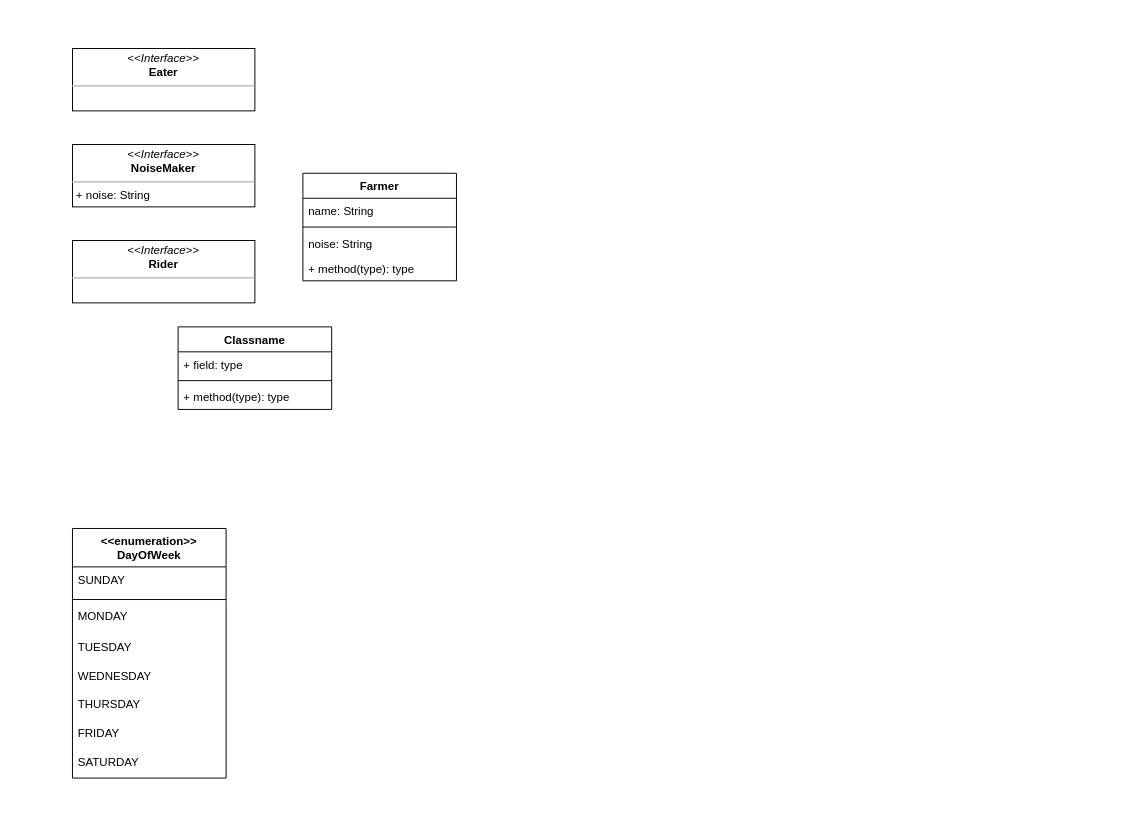
Before: page "Farm" (2 of 2) of Untitled Diagram.drawio in samghebre/TDD-Sci-Calculator, a draw.io diagram. Source tidied: cells renumbered, new cells numbered last; positions are measured from the earlier drawing's top-left corner, leaving out a move shared by most shapes. Both pictures are drawn from the tidied source at 96%, with x=0, y=0 at pixel (72, 48).
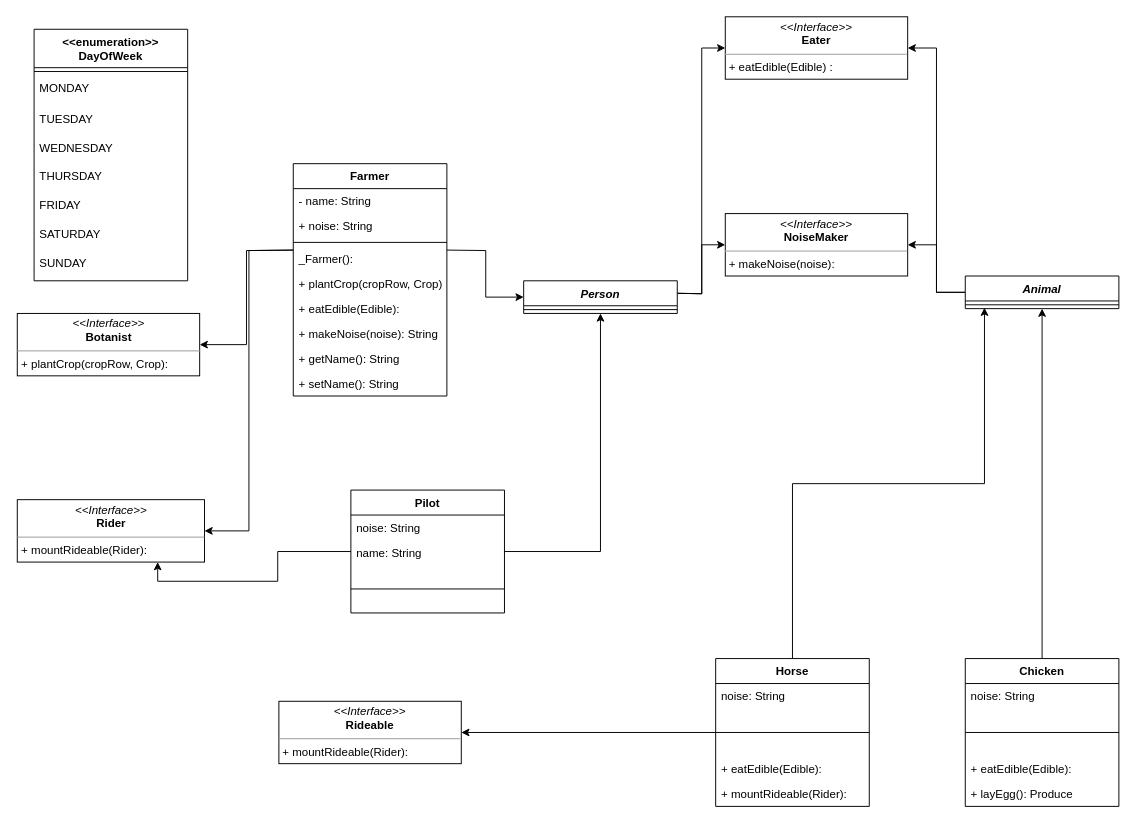
After the change.

Change to the diagram source:
```diff
@@
     <mxCell id="2" value="&lt;&lt;enumeration&gt;&gt;&#10;DayOfWeek" style="swimlane;fontStyle=1;align=center;verticalAlign=top;horizontal=1;startSize=40;" parent="1" vertex="1">
-      <mxGeometry y="500" width="160" height="260" as="geometry" />
+      <mxGeometry x="-40" y="-20" width="160" height="262" as="geometry" />
     </mxCell>
-    <mxCell id="3" value="SUNDAY" style="text;strokeColor=none;fillColor=none;align=left;verticalAlign=top;spacingLeft=4;spacingRight=4;overflow=hidden;" parent="2" vertex="1">
-      <mxGeometry y="40" width="160" height="30" as="geometry" />
-    </mxCell>
     <mxCell id="4" style="line;strokeWidth=1;fillColor=none;align=left;verticalAlign=middle;spacingTop=-1;spacingLeft=3;spacingRight=3;labelPosition=right;" parent="2" vertex="1">
-      <mxGeometry y="70" width="160" height="8" as="geometry" />
+      <mxGeometry y="40" width="160" height="8" as="geometry" />
     </mxCell>
     <mxCell id="5" value="MONDAY" style="text;strokeColor=none;fillColor=none;align=left;verticalAlign=top;spacingLeft=4;spacingRight=4;overflow=hidden;" parent="2" vertex="1">
-      <mxGeometry y="78" width="160" height="32" as="geometry" />
+      <mxGeometry y="48" width="160" height="32" as="geometry" />
     </mxCell>
     <mxCell id="6" value="TUESDAY" style="text;strokeColor=none;fillColor=none;align=left;verticalAlign=top;spacingLeft=4;spacingRight=4;overflow=hidden;" parent="2" vertex="1">
-      <mxGeometry y="110" width="160" height="30" as="geometry" />
+      <mxGeometry y="80" width="160" height="30" as="geometry" />
     </mxCell>
     <mxCell id="7" value="WEDNESDAY" style="text;strokeColor=none;fillColor=none;align=left;verticalAlign=top;spacingLeft=4;spacingRight=4;overflow=hidden;" parent="2" vertex="1">
-      <mxGeometry y="140" width="160" height="30" as="geometry" />
+      <mxGeometry y="110" width="160" height="30" as="geometry" />
     </mxCell>
     <mxCell id="8" value="THURSDAY" style="text;strokeColor=none;fillColor=none;align=left;verticalAlign=top;spacingLeft=4;spacingRight=4;overflow=hidden;" parent="2" vertex="1">
-      <mxGeometry y="170" width="160" height="30" as="geometry" />
+      <mxGeometry y="140" width="160" height="30" as="geometry" />
     </mxCell>
     <mxCell id="9" value="FRIDAY" style="text;strokeColor=none;fillColor=none;align=left;verticalAlign=top;spacingLeft=4;spacingRight=4;overflow=hidden;" parent="2" vertex="1">
-      <mxGeometry y="200" width="160" height="30" as="geometry" />
+      <mxGeometry y="170" width="160" height="30" as="geometry" />
     </mxCell>
     <mxCell id="10" value="SATURDAY" style="text;strokeColor=none;fillColor=none;align=left;verticalAlign=top;spacingLeft=4;spacingRight=4;overflow=hidden;" parent="2" vertex="1">
-      <mxGeometry y="230" width="160" height="30" as="geometry" />
+      <mxGeometry y="200" width="160" height="30" as="geometry" />
     </mxCell>
+    <mxCell id="3" value="SUNDAY" style="text;strokeColor=none;fillColor=none;align=left;verticalAlign=top;spacingLeft=4;spacingRight=4;overflow=hidden;" parent="2" vertex="1">
+      <mxGeometry y="230" width="160" height="32" as="geometry" />
+    </mxCell>
-    <mxCell id="11" value="&lt;p style=&quot;margin: 0px ; margin-top: 4px ; text-align: center&quot;&gt;&lt;i&gt;&amp;lt;&amp;lt;Interface&amp;gt;&amp;gt;&lt;/i&gt;&lt;br&gt;&lt;b&gt;NoiseMaker&lt;/b&gt;&lt;/p&gt;&lt;hr size=&quot;1&quot;&gt;&lt;p style=&quot;margin: 0px ; margin-left: 4px&quot;&gt;+ noise: String&lt;br&gt;&lt;/p&gt;&lt;p style=&quot;margin: 0px ; margin-left: 4px&quot;&gt;&lt;br&gt;&lt;/p&gt;" style="verticalAlign=top;align=left;overflow=fill;fontSize=12;fontFamily=Helvetica;html=1;" parent="1" vertex="1">
-      <mxGeometry y="100" width="190" height="65" as="geometry" />
+    <mxCell id="11" value="&lt;p style=&quot;margin: 0px ; margin-top: 4px ; text-align: center&quot;&gt;&lt;i&gt;&amp;lt;&amp;lt;Interface&amp;gt;&amp;gt;&lt;/i&gt;&lt;br&gt;&lt;b&gt;NoiseMaker&lt;/b&gt;&lt;/p&gt;&lt;hr size=&quot;1&quot;&gt;&lt;p style=&quot;margin: 0px ; margin-left: 4px&quot;&gt;+ makeNoise(noise):&amp;nbsp;&lt;/p&gt;" style="verticalAlign=top;align=left;overflow=fill;fontSize=12;fontFamily=Helvetica;html=1;" parent="1" vertex="1">
+      <mxGeometry x="680" y="172" width="190" height="65" as="geometry" />
     </mxCell>
-    <mxCell id="12" value="&lt;p style=&quot;margin: 0px ; margin-top: 4px ; text-align: center&quot;&gt;&lt;i&gt;&amp;lt;&amp;lt;Interface&amp;gt;&amp;gt;&lt;/i&gt;&lt;br&gt;&lt;b&gt;Eater&lt;/b&gt;&lt;/p&gt;&lt;hr size=&quot;1&quot;&gt;&lt;p style=&quot;margin: 0px ; margin-left: 4px&quot;&gt;&lt;br&gt;&lt;/p&gt;&lt;p style=&quot;margin: 0px ; margin-left: 4px&quot;&gt;&lt;br&gt;&lt;/p&gt;" style="verticalAlign=top;align=left;overflow=fill;fontSize=12;fontFamily=Helvetica;html=1;" parent="1" vertex="1">
-      <mxGeometry width="190" height="65" as="geometry" />
+    <mxCell id="12" value="&lt;p style=&quot;margin: 0px ; margin-top: 4px ; text-align: center&quot;&gt;&lt;i&gt;&amp;lt;&amp;lt;Interface&amp;gt;&amp;gt;&lt;/i&gt;&lt;br&gt;&lt;b&gt;Eater&lt;/b&gt;&lt;/p&gt;&lt;hr size=&quot;1&quot;&gt;&lt;p style=&quot;margin: 0px ; margin-left: 4px&quot;&gt;+ eatEdible(Edible) :&amp;nbsp;&lt;/p&gt;&lt;p style=&quot;margin: 0px ; margin-left: 4px&quot;&gt;&lt;br&gt;&lt;/p&gt;" style="verticalAlign=top;align=left;overflow=fill;fontSize=12;fontFamily=Helvetica;html=1;" parent="1" vertex="1">
+      <mxGeometry x="680" y="-33" width="190" height="65" as="geometry" />
     </mxCell>
-    <mxCell id="13" value="&lt;p style=&quot;margin: 0px ; margin-top: 4px ; text-align: center&quot;&gt;&lt;i&gt;&amp;lt;&amp;lt;Interface&amp;gt;&amp;gt;&lt;/i&gt;&lt;br&gt;&lt;b&gt;Rider&lt;/b&gt;&lt;/p&gt;&lt;hr size=&quot;1&quot;&gt;&lt;p style=&quot;margin: 0px ; margin-left: 4px&quot;&gt;&lt;br&gt;&lt;/p&gt;&lt;p style=&quot;margin: 0px ; margin-left: 4px&quot;&gt;&lt;br&gt;&lt;/p&gt;" style="verticalAlign=top;align=left;overflow=fill;fontSize=12;fontFamily=Helvetica;html=1;" parent="1" vertex="1">
-      <mxGeometry y="200" width="190" height="65" as="geometry" />
+    <mxCell id="13" value="&lt;p style=&quot;margin: 0px ; margin-top: 4px ; text-align: center&quot;&gt;&lt;i&gt;&amp;lt;&amp;lt;Interface&amp;gt;&amp;gt;&lt;/i&gt;&lt;br&gt;&lt;b&gt;Rider&lt;/b&gt;&lt;/p&gt;&lt;hr size=&quot;1&quot;&gt;&lt;p style=&quot;margin: 0px ; margin-left: 4px&quot;&gt;+ mountRideable(Rider):&amp;nbsp;&lt;/p&gt;&lt;p style=&quot;margin: 0px ; margin-left: 4px&quot;&gt;&lt;br&gt;&lt;/p&gt;" style="verticalAlign=top;align=left;overflow=fill;fontSize=12;fontFamily=Helvetica;html=1;" parent="1" vertex="1">
+      <mxGeometry x="-57.5" y="470" width="195" height="65" as="geometry" />
     </mxCell>
+    <mxCell id="23" style="edgeStyle=orthogonalEdgeStyle;rounded=0;jettySize=auto;html=1;entryX=1;entryY=0.5;entryDx=0;entryDy=0;" parent="1" edge="1" target="13">
+      <mxGeometry relative="1" as="geometry">
+        <mxPoint x="230" y="210" as="sourcePoint" />
+      </mxGeometry>
+    </mxCell>
+    <mxCell id="24" style="edgeStyle=orthogonalEdgeStyle;rounded=0;jettySize=auto;html=1;entryX=1;entryY=0.5;entryDx=0;entryDy=0;" parent="1" edge="1" target="28">
+      <mxGeometry relative="1" as="geometry">
+        <mxPoint x="230" y="210" as="sourcePoint" />
+      </mxGeometry>
+    </mxCell>
+    <mxCell id="25" style="edgeStyle=orthogonalEdgeStyle;rounded=0;jettySize=auto;html=1;entryX=0;entryY=0.5;entryDx=0;entryDy=0;" parent="1" edge="1" target="19">
+      <mxGeometry relative="1" as="geometry">
+        <mxPoint x="390" y="210" as="sourcePoint" />
+      </mxGeometry>
+    </mxCell>
+    <mxCell id="26" style="edgeStyle=orthogonalEdgeStyle;rounded=0;jettySize=auto;html=1;entryX=0;entryY=0.5;entryDx=0;entryDy=0;" parent="1" edge="1" target="12">
+      <mxGeometry relative="1" as="geometry">
+        <mxPoint x="630" y="255" as="sourcePoint" />
+      </mxGeometry>
+    </mxCell>
+    <mxCell id="27" style="edgeStyle=orthogonalEdgeStyle;rounded=0;jettySize=auto;html=1;entryX=0;entryY=0.5;entryDx=0;entryDy=0;" parent="1" edge="1" target="11">
+      <mxGeometry relative="1" as="geometry">
+        <mxPoint x="630" y="255" as="sourcePoint" />
+      </mxGeometry>
+    </mxCell>
+    <mxCell id="28" value="&lt;p style=&quot;margin: 0px ; margin-top: 4px ; text-align: center&quot;&gt;&lt;i&gt;&amp;lt;&amp;lt;Interface&amp;gt;&amp;gt;&lt;/i&gt;&lt;br&gt;&lt;b&gt;Botanist&lt;/b&gt;&lt;/p&gt;&lt;hr size=&quot;1&quot;&gt;&lt;p style=&quot;margin: 0px ; margin-left: 4px&quot;&gt;+ plantCrop(cropRow, Crop):&amp;nbsp;&lt;/p&gt;&lt;p style=&quot;margin: 0px ; margin-left: 4px&quot;&gt;&lt;br&gt;&lt;/p&gt;" style="verticalAlign=top;align=left;overflow=fill;fontSize=12;fontFamily=Helvetica;html=1;" parent="1" vertex="1">
+      <mxGeometry x="-57.5" y="276" width="190" height="65" as="geometry" />
+    </mxCell>
+    <mxCell id="29" style="edgeStyle=orthogonalEdgeStyle;rounded=0;jettySize=auto;html=1;entryX=0.75;entryY=1;entryDx=0;entryDy=0;" parent="1" edge="1" source="30" target="13">
+      <mxGeometry relative="1" as="geometry" />
+    </mxCell>
+    <mxCell id="30" value="Pilot" style="swimlane;fontStyle=1;align=center;verticalAlign=top;horizontal=1;startSize=26;" parent="1" vertex="1">
+      <mxGeometry x="290" y="460" width="160" height="128" as="geometry" />
+    </mxCell>
+    <mxCell id="31" value="noise: String" style="text;strokeColor=none;fillColor=none;align=left;verticalAlign=top;spacingLeft=4;spacingRight=4;overflow=hidden;" parent="30" vertex="1">
+      <mxGeometry y="26" width="160" height="26" as="geometry" />
+    </mxCell>
+    <mxCell id="32" value="name: String" style="text;strokeColor=none;fillColor=none;align=left;verticalAlign=top;spacingLeft=4;spacingRight=4;overflow=hidden;" parent="30" vertex="1">
+      <mxGeometry y="52" width="160" height="26" as="geometry" />
+    </mxCell>
+    <mxCell id="33" style="line;strokeWidth=1;fillColor=none;align=left;verticalAlign=middle;spacingTop=-1;spacingLeft=3;spacingRight=3;labelPosition=right;" parent="30" vertex="1">
+      <mxGeometry y="78" width="160" height="50" as="geometry" />
+    </mxCell>
+    <mxCell id="34" style="edgeStyle=orthogonalEdgeStyle;rounded=0;jettySize=auto;html=1;entryX=0.5;entryY=1;entryDx=0;entryDy=0;" parent="1" edge="1" source="35" target="42">
+      <mxGeometry relative="1" as="geometry" />
+    </mxCell>
+    <mxCell id="35" value="Chicken" style="swimlane;fontStyle=1;align=center;verticalAlign=top;horizontal=1;startSize=26;" parent="1" vertex="1">
+      <mxGeometry x="930" y="635.5" width="160" height="154" as="geometry" />
+    </mxCell>
+    <mxCell id="36" value="noise: String" style="text;strokeColor=none;fillColor=none;align=left;verticalAlign=top;spacingLeft=4;spacingRight=4;overflow=hidden;" parent="35" vertex="1">
+      <mxGeometry y="26" width="160" height="26" as="geometry" />
+    </mxCell>
+    <mxCell id="37" style="line;strokeWidth=1;fillColor=none;align=left;verticalAlign=middle;spacingTop=-1;spacingLeft=3;spacingRight=3;labelPosition=right;" parent="35" vertex="1">
+      <mxGeometry y="52" width="160" height="50" as="geometry" />
+    </mxCell>
+    <mxCell id="38" value="+ eatEdible(Edible): " style="text;strokeColor=none;fillColor=none;align=left;verticalAlign=top;spacingLeft=4;spacingRight=4;overflow=hidden;" parent="35" vertex="1">
+      <mxGeometry y="102" width="160" height="26" as="geometry" />
+    </mxCell>
+    <mxCell id="39" value="+ layEgg(): Produce" style="text;strokeColor=none;fillColor=none;align=left;verticalAlign=top;spacingLeft=4;spacingRight=4;overflow=hidden;" parent="35" vertex="1">
+      <mxGeometry y="128" width="160" height="26" as="geometry" />
+    </mxCell>
+    <mxCell id="40" style="edgeStyle=orthogonalEdgeStyle;rounded=0;jettySize=auto;html=1;entryX=1;entryY=0.5;entryDx=0;entryDy=0;" parent="1" edge="1" source="42" target="11">
+      <mxGeometry relative="1" as="geometry" />
+    </mxCell>
+    <mxCell id="41" style="edgeStyle=orthogonalEdgeStyle;rounded=0;jettySize=auto;html=1;entryX=1;entryY=0.5;entryDx=0;entryDy=0;" parent="1" edge="1" source="42" target="12">
+      <mxGeometry relative="1" as="geometry" />
+    </mxCell>
+    <mxCell id="42" value="Animal" style="swimlane;fontStyle=3;align=center;verticalAlign=top;horizontal=1;startSize=26;" parent="1" vertex="1">
+      <mxGeometry x="930" y="237" width="160" height="34" as="geometry" />
+    </mxCell>
+    <mxCell id="43" style="line;strokeWidth=1;fillColor=none;align=left;verticalAlign=middle;spacingTop=-1;spacingLeft=3;spacingRight=3;labelPosition=right;points=[];portConstraint=eastwest;" parent="42" vertex="1">
+      <mxGeometry y="26" width="160" height="8" as="geometry" />
+    </mxCell>
+    <mxCell id="19" value="Person" style="swimlane;fontStyle=3;align=center;verticalAlign=top;horizontal=1;startSize=26;" parent="1" vertex="1">
+      <mxGeometry x="470" y="242" width="160" height="34" as="geometry" />
+    </mxCell>
+    <mxCell id="21" style="line;strokeWidth=1;fillColor=none;align=left;verticalAlign=middle;spacingTop=-1;spacingLeft=3;spacingRight=3;labelPosition=right;" parent="19" vertex="1">
+      <mxGeometry y="26" width="160" height="8" as="geometry" />
+    </mxCell>
+    <mxCell id="44" style="edgeStyle=orthogonalEdgeStyle;rounded=0;jettySize=auto;html=1;" parent="1" edge="1" source="30" target="19">
+      <mxGeometry relative="1" as="geometry" />
+    </mxCell>
     <mxCell id="14" value="Farmer" style="swimlane;fontStyle=1;align=center;verticalAlign=top;horizontal=1;startSize=26;" parent="1" vertex="1">
-      <mxGeometry x="240" y="130" width="160" height="112" as="geometry" />
+      <mxGeometry x="230" y="120" width="160" height="242" as="geometry" />
     </mxCell>
-    <mxCell id="15" value="name: String" style="text;strokeColor=none;fillColor=none;align=left;verticalAlign=top;spacingLeft=4;spacingRight=4;overflow=hidden;" parent="14" vertex="1">
+    <mxCell id="15" value="- name: String" style="text;strokeColor=none;fillColor=none;align=left;verticalAlign=top;spacingLeft=4;spacingRight=4;overflow=hidden;" parent="14" vertex="1">
       <mxGeometry y="26" width="160" height="26" as="geometry" />
     </mxCell>
-    <mxCell id="16" style="line;strokeWidth=1;fillColor=none;align=left;verticalAlign=middle;spacingTop=-1;spacingLeft=3;spacingRight=3;labelPosition=right;" parent="14" vertex="1">
-      <mxGeometry y="52" width="160" height="8" as="geometry" />
-    </mxCell>
-    <mxCell id="17" value="noise: String" style="text;strokeColor=none;fillColor=none;align=left;verticalAlign=top;spacingLeft=4;spacingRight=4;overflow=hidden;" parent="14" vertex="1">
-      <mxGeometry y="60" width="160" height="26" as="geometry" />
-    </mxCell>
-    <mxCell id="18" value="+ method(type): type" style="text;strokeColor=none;fillColor=none;align=left;verticalAlign=top;spacingLeft=4;spacingRight=4;overflow=hidden;" parent="14" vertex="1">
-      <mxGeometry y="86" width="160" height="26" as="geometry" />
-    </mxCell>
-    <mxCell id="19" value="Classname" style="swimlane;fontStyle=1;align=center;verticalAlign=top;horizontal=1;startSize=26;" parent="1" vertex="1">
-      <mxGeometry x="110" y="290" width="160" height="86" as="geometry" />
-    </mxCell>
-    <mxCell id="20" value="+ field: type" style="text;strokeColor=none;fillColor=none;align=left;verticalAlign=top;spacingLeft=4;spacingRight=4;overflow=hidden;" parent="19" vertex="1">
-      <mxGeometry y="26" width="160" height="26" as="geometry" />
-    </mxCell>
-    <mxCell id="21" style="line;strokeWidth=1;fillColor=none;align=left;verticalAlign=middle;spacingTop=-1;spacingLeft=3;spacingRight=3;labelPosition=right;" parent="19" vertex="1">
-      <mxGeometry y="52" width="160" height="8" as="geometry" />
-    </mxCell>
-    <mxCell id="22" value="+ method(type): type" style="text;strokeColor=none;fillColor=none;align=left;verticalAlign=top;spacingLeft=4;spacingRight=4;overflow=hidden;" parent="19" vertex="1">
-      <mxGeometry y="60" width="160" height="26" as="geometry" />
-    </mxCell>
+    <mxCell id="45" value="+ noise: String" style="text;strokeColor=none;fillColor=none;align=left;verticalAlign=top;spacingLeft=4;spacingRight=4;overflow=hidden;" parent="14" vertex="1">
+      <mxGeometry y="52" width="160" height="26" as="geometry" />
+    </mxCell>
+    <mxCell id="46" style="line;strokeWidth=1;fillColor=none;align=left;verticalAlign=middle;spacingTop=-1;spacingLeft=3;spacingRight=3;labelPosition=right;" parent="14" vertex="1">
+      <mxGeometry y="78" width="160" height="8" as="geometry" />
+    </mxCell>
+    <mxCell id="47" value="_Farmer(): " style="text;strokeColor=none;fillColor=none;align=left;verticalAlign=top;spacingLeft=4;spacingRight=4;overflow=hidden;" parent="14" vertex="1">
+      <mxGeometry y="86" width="160" height="26" as="geometry" />
+    </mxCell>
+    <mxCell id="48" value="+ plantCrop(cropRow, Crop): " style="text;strokeColor=none;fillColor=none;align=left;verticalAlign=top;spacingLeft=4;spacingRight=4;overflow=hidden;" parent="14" vertex="1">
+      <mxGeometry y="112" width="160" height="26" as="geometry" />
+    </mxCell>
+    <mxCell id="49" value="+ eatEdible(Edible): " style="text;strokeColor=none;fillColor=none;align=left;verticalAlign=top;spacingLeft=4;spacingRight=4;overflow=hidden;" parent="14" vertex="1">
+      <mxGeometry y="138" width="160" height="26" as="geometry" />
+    </mxCell>
+    <mxCell id="50" value="+ makeNoise(noise): String" style="text;strokeColor=none;fillColor=none;align=left;verticalAlign=top;spacingLeft=4;spacingRight=4;overflow=hidden;" parent="14" vertex="1">
+      <mxGeometry y="164" width="160" height="26" as="geometry" />
+    </mxCell>
+    <mxCell id="51" value="+ getName(): String" style="text;strokeColor=none;fillColor=none;align=left;verticalAlign=top;spacingLeft=4;spacingRight=4;overflow=hidden;" parent="14" vertex="1">
+      <mxGeometry y="190" width="160" height="26" as="geometry" />
+    </mxCell>
+    <mxCell id="52" value="+ setName(): String" style="text;strokeColor=none;fillColor=none;align=left;verticalAlign=top;spacingLeft=4;spacingRight=4;overflow=hidden;" parent="14" vertex="1">
+      <mxGeometry y="216" width="160" height="26" as="geometry" />
+    </mxCell>
+    <mxCell id="53" style="edgeStyle=orthogonalEdgeStyle;rounded=0;jettySize=auto;html=1;entryX=1;entryY=0.5;entryDx=0;entryDy=0;" parent="1" edge="1" source="55" target="60">
+      <mxGeometry relative="1" as="geometry" />
+    </mxCell>
+    <mxCell id="54" style="edgeStyle=orthogonalEdgeStyle;rounded=0;jettySize=auto;html=1;entryX=0.125;entryY=0.875;entryDx=0;entryDy=0;entryPerimeter=0;" parent="1" edge="1" source="55" target="43">
+      <mxGeometry relative="1" as="geometry" />
+    </mxCell>
+    <mxCell id="55" value="Horse" style="swimlane;fontStyle=1;align=center;verticalAlign=top;horizontal=1;startSize=26;" parent="1" vertex="1">
+      <mxGeometry x="670" y="635.5" width="160" height="154" as="geometry" />
+    </mxCell>
+    <mxCell id="56" value="noise: String" style="text;strokeColor=none;fillColor=none;align=left;verticalAlign=top;spacingLeft=4;spacingRight=4;overflow=hidden;" parent="55" vertex="1">
+      <mxGeometry y="26" width="160" height="26" as="geometry" />
+    </mxCell>
+    <mxCell id="57" style="line;strokeWidth=1;fillColor=none;align=left;verticalAlign=middle;spacingTop=-1;spacingLeft=3;spacingRight=3;labelPosition=right;" parent="55" vertex="1">
+      <mxGeometry y="52" width="160" height="50" as="geometry" />
+    </mxCell>
+    <mxCell id="58" value="+ eatEdible(Edible): " style="text;strokeColor=none;fillColor=none;align=left;verticalAlign=top;spacingLeft=4;spacingRight=4;overflow=hidden;" parent="55" vertex="1">
+      <mxGeometry y="102" width="160" height="26" as="geometry" />
+    </mxCell>
+    <mxCell id="59" value="+ mountRideable(Rider): " style="text;strokeColor=none;fillColor=none;align=left;verticalAlign=top;spacingLeft=4;spacingRight=4;overflow=hidden;" parent="55" vertex="1">
+      <mxGeometry y="128" width="160" height="26" as="geometry" />
+    </mxCell>
+    <mxCell id="60" value="&lt;p style=&quot;margin: 0px ; margin-top: 4px ; text-align: center&quot;&gt;&lt;i&gt;&amp;lt;&amp;lt;Interface&amp;gt;&amp;gt;&lt;/i&gt;&lt;br&gt;&lt;b&gt;Rideable&lt;/b&gt;&lt;/p&gt;&lt;hr size=&quot;1&quot;&gt;&lt;p style=&quot;margin: 0px ; margin-left: 4px&quot;&gt;+ mountRideable(Rider):&amp;nbsp;&lt;/p&gt;&lt;p style=&quot;margin: 0px ; margin-left: 4px&quot;&gt;&lt;br&gt;&lt;/p&gt;" style="verticalAlign=top;align=left;overflow=fill;fontSize=12;fontFamily=Helvetica;html=1;" parent="1" vertex="1">
+      <mxGeometry x="215" y="680" width="190" height="65" as="geometry" />
+    </mxCell>
```
